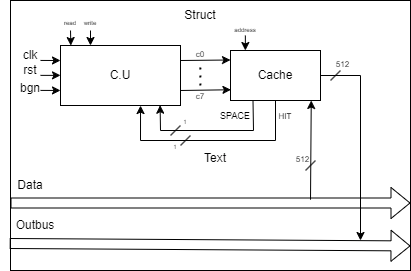
Earlier version of the draw.io export Structure_and_FSM/Struct.png (StefanGutu/4-way_set-associative_cache). Source tidied: cells renumbered, new cells last; positions are measured from the earlier drawing's top-left corner, leaving out a move shared by most shapes. Its diagram source:
```xml
<mxGraphModel>
  <root>
    <mxCell id="0" />
    <mxCell id="1" parent="0" />
    <mxCell id="2" style="rounded=0;whiteSpace=wrap;html=1;" parent="1" vertex="1">
      <mxGeometry x="10" width="400" height="270" as="geometry" />
    </mxCell>
    <mxCell id="3" value="Struct" style="text;html=1;align=center;verticalAlign=middle;whiteSpace=wrap;rounded=0;" parent="1" vertex="1">
      <mxGeometry x="170" width="60" height="30" as="geometry" />
    </mxCell>
    <mxCell id="4" style="rounded=0;whiteSpace=wrap;html=1;" parent="1" vertex="1">
      <mxGeometry x="230" y="50" width="90" height="50" as="geometry" />
    </mxCell>
    <mxCell id="5" style="rounded=0;whiteSpace=wrap;html=1;" parent="1" vertex="1">
      <mxGeometry x="60" y="45" width="120" height="60" as="geometry" />
    </mxCell>
    <mxCell id="6" value="C.U" style="text;html=1;align=center;verticalAlign=middle;whiteSpace=wrap;rounded=0;" parent="1" vertex="1">
      <mxGeometry x="90" y="60" width="60" height="30" as="geometry" />
    </mxCell>
    <mxCell id="7" value="Cache" style="text;html=1;align=center;verticalAlign=middle;whiteSpace=wrap;rounded=0;" parent="1" vertex="1">
      <mxGeometry x="245" y="60" width="60" height="30" as="geometry" />
    </mxCell>
    <mxCell id="8" style="shape=flexArrow;endArrow=classic;html=1;rounded=0;exitX=0;exitY=0.75;exitDx=0;exitDy=0;entryX=1;entryY=0.75;entryDx=0;entryDy=0;" parent="1" edge="1" source="2" target="2">
      <mxGeometry relative="1" as="geometry" />
    </mxCell>
    <mxCell id="9" style="shape=flexArrow;endArrow=classic;html=1;rounded=0;exitX=-0.002;exitY=0.9;exitDx=0;exitDy=0;exitPerimeter=0;entryX=1;entryY=0.909;entryDx=0;entryDy=0;entryPerimeter=0;" parent="1" edge="1" source="2" target="2">
      <mxGeometry relative="1" as="geometry" />
    </mxCell>
    <mxCell id="10" style="endArrow=classic;html=1;rounded=0;entryX=0;entryY=0.25;entryDx=0;entryDy=0;exitX=0.075;exitY=0.222;exitDx=0;exitDy=0;exitPerimeter=0;" parent="1" edge="1" source="2" target="5">
      <mxGeometry relative="1" as="geometry" />
    </mxCell>
    <mxCell id="11" style="endArrow=classic;html=1;rounded=0;entryX=0;entryY=0.25;entryDx=0;entryDy=0;exitX=0.075;exitY=0.222;exitDx=0;exitDy=0;exitPerimeter=0;" parent="1" edge="1">
      <mxGeometry relative="1" as="geometry">
        <mxPoint x="40" y="74.9" as="sourcePoint" />
        <mxPoint x="60" y="74.9" as="targetPoint" />
      </mxGeometry>
    </mxCell>
    <mxCell id="12" value="clk" style="text;html=1;align=center;verticalAlign=middle;whiteSpace=wrap;rounded=0;" parent="1" vertex="1">
      <mxGeometry y="40" width="60" height="30" as="geometry" />
    </mxCell>
    <mxCell id="13" value="rst" style="text;html=1;align=center;verticalAlign=middle;whiteSpace=wrap;rounded=0;" parent="1" vertex="1">
      <mxGeometry x="10" y="60" width="40" height="20" as="geometry" />
    </mxCell>
    <mxCell id="14" style="endArrow=classic;html=1;rounded=0;exitX=1.004;exitY=0.196;exitDx=0;exitDy=0;entryX=0;entryY=0.25;entryDx=0;entryDy=0;exitPerimeter=0;" parent="1" edge="1">
      <mxGeometry relative="1" as="geometry">
        <mxPoint x="180.5" y="60" as="sourcePoint" />
        <mxPoint x="230" y="59.5" as="targetPoint" />
      </mxGeometry>
    </mxCell>
    <mxCell id="15" style="endArrow=classic;html=1;rounded=0;exitX=1;exitY=0.75;exitDx=0;exitDy=0;entryX=0.005;entryY=0.785;entryDx=0;entryDy=0;entryPerimeter=0;" parent="1" edge="1" source="5" target="4">
      <mxGeometry relative="1" as="geometry" />
    </mxCell>
    <mxCell id="16" style="endArrow=none;dashed=1;html=1;dashPattern=1 3;strokeWidth=2;rounded=0;" parent="1" edge="1">
      <mxGeometry relative="1" as="geometry">
        <mxPoint x="199.9" y="85" as="sourcePoint" />
        <mxPoint x="199.8" y="65" as="targetPoint" />
      </mxGeometry>
    </mxCell>
    <mxCell id="17" value="&lt;font style=&quot;font-size: 8px;&quot;&gt;c0&lt;/font&gt;" style="text;html=1;align=center;verticalAlign=middle;whiteSpace=wrap;rounded=0;" parent="1" vertex="1">
      <mxGeometry x="185" y="45" width="30" height="15" as="geometry" />
    </mxCell>
    <mxCell id="18" value="&lt;font style=&quot;font-size: 8px;&quot;&gt;c7&lt;/font&gt;" style="text;html=1;align=center;verticalAlign=middle;whiteSpace=wrap;rounded=0;" parent="1" vertex="1">
      <mxGeometry x="185" y="90" width="30" height="10" as="geometry" />
    </mxCell>
    <mxCell id="19" style="endArrow=classic;html=1;rounded=0;exitX=1;exitY=0.5;exitDx=0;exitDy=0;" parent="1" edge="1" source="4">
      <mxGeometry relative="1" as="geometry">
        <mxPoint x="360" y="240" as="targetPoint" />
        <Array as="points">
          <mxPoint x="360" y="75" />
        </Array>
      </mxGeometry>
    </mxCell>
    <mxCell id="20" style="endArrow=classic;html=1;rounded=0;entryX=0.675;entryY=1.016;entryDx=0;entryDy=0;entryPerimeter=0;" parent="1" edge="1">
      <mxGeometry relative="1" as="geometry">
        <mxPoint x="310" y="199.2" as="sourcePoint" />
        <mxPoint x="310.8" y="100" as="targetPoint" />
      </mxGeometry>
    </mxCell>
    <mxCell id="21" style="endArrow=classic;html=1;rounded=0;entryX=1;entryY=1;entryDx=0;entryDy=0;exitX=0.075;exitY=0.333;exitDx=0;exitDy=0;exitPerimeter=0;" parent="1" edge="1" source="2">
      <mxGeometry relative="1" as="geometry">
        <mxPoint x="60" y="90" as="targetPoint" />
      </mxGeometry>
    </mxCell>
    <mxCell id="22" value="bgn" style="text;html=1;align=center;verticalAlign=middle;whiteSpace=wrap;rounded=0;" parent="1" vertex="1">
      <mxGeometry x="10" y="80" width="40" height="15" as="geometry" />
    </mxCell>
    <mxCell id="23" style="endArrow=classic;html=1;rounded=0;entryX=0.086;entryY=0.001;entryDx=0;entryDy=0;entryPerimeter=0;" parent="1" edge="1" target="5">
      <mxGeometry relative="1" as="geometry">
        <mxPoint x="70" y="30" as="sourcePoint" />
      </mxGeometry>
    </mxCell>
    <mxCell id="24" style="endArrow=classic;html=1;rounded=0;entryX=0.086;entryY=0.001;entryDx=0;entryDy=0;entryPerimeter=0;" parent="1" edge="1">
      <mxGeometry relative="1" as="geometry">
        <mxPoint x="90" y="30" as="sourcePoint" />
        <mxPoint x="90" y="45" as="targetPoint" />
      </mxGeometry>
    </mxCell>
    <mxCell id="25" value="&lt;font style=&quot;font-size: 6px;&quot;&gt;read&lt;/font&gt;" style="text;html=1;align=center;verticalAlign=middle;whiteSpace=wrap;rounded=0;" parent="1" vertex="1">
      <mxGeometry x="60" y="20" width="20" as="geometry" />
    </mxCell>
    <mxCell id="26" value="&lt;font style=&quot;font-size: 6px;&quot;&gt;write&lt;/font&gt;" style="text;html=1;align=center;verticalAlign=middle;whiteSpace=wrap;rounded=0;" parent="1" vertex="1">
      <mxGeometry x="80" y="20" width="20" as="geometry" />
    </mxCell>
    <mxCell id="27" style="endArrow=classic;html=1;rounded=0;exitX=0.25;exitY=1;exitDx=0;exitDy=0;entryX=0.83;entryY=0.995;entryDx=0;entryDy=0;entryPerimeter=0;" parent="1" edge="1" source="4" target="5">
      <mxGeometry relative="1" as="geometry">
        <Array as="points">
          <mxPoint x="253" y="130" />
          <mxPoint x="160" y="130" />
        </Array>
      </mxGeometry>
    </mxCell>
    <mxCell id="28" style="endArrow=classic;html=1;rounded=0;exitX=0.5;exitY=1;exitDx=0;exitDy=0;entryX=0.667;entryY=1.001;entryDx=0;entryDy=0;entryPerimeter=0;" parent="1" edge="1" source="4" target="5">
      <mxGeometry relative="1" as="geometry">
        <Array as="points">
          <mxPoint x="275" y="140" />
          <mxPoint x="140" y="140" />
        </Array>
      </mxGeometry>
    </mxCell>
    <mxCell id="29" value="&lt;font style=&quot;font-size: 8px;&quot;&gt;HIT&lt;/font&gt;" style="text;html=1;align=center;verticalAlign=middle;whiteSpace=wrap;rounded=0;" parent="1" vertex="1">
      <mxGeometry x="275" y="110" width="20" height="10" as="geometry" />
    </mxCell>
    <mxCell id="30" value="&lt;font style=&quot;font-size: 9px;&quot;&gt;SPACE&lt;/font&gt;" style="text;html=1;align=center;verticalAlign=middle;whiteSpace=wrap;rounded=0;" parent="1" vertex="1">
      <mxGeometry x="220" y="105" width="30" height="20" as="geometry" />
    </mxCell>
    <mxCell id="31" style="endArrow=none;html=1;rounded=0;" parent="1" edge="1">
      <mxGeometry relative="1" as="geometry">
        <mxPoint x="170" y="135" as="sourcePoint" />
        <mxPoint x="180" y="125" as="targetPoint" />
        <Array as="points">
          <mxPoint x="170" y="135" />
        </Array>
      </mxGeometry>
    </mxCell>
    <mxCell id="32" style="endArrow=none;html=1;rounded=0;" parent="1" edge="1">
      <mxGeometry relative="1" as="geometry">
        <mxPoint x="180" y="145" as="sourcePoint" />
        <mxPoint x="190" y="135" as="targetPoint" />
        <Array as="points">
          <mxPoint x="180" y="145" />
        </Array>
      </mxGeometry>
    </mxCell>
    <mxCell id="33" value="&lt;font style=&quot;font-size: 6px;&quot;&gt;1&lt;/font&gt;" style="text;html=1;align=center;verticalAlign=middle;whiteSpace=wrap;rounded=0;" parent="1" vertex="1">
      <mxGeometry x="180" y="115" width="10" height="10" as="geometry" />
    </mxCell>
    <mxCell id="34" value="&lt;font style=&quot;font-size: 6px;&quot;&gt;1&lt;/font&gt;" style="text;html=1;align=center;verticalAlign=middle;whiteSpace=wrap;rounded=0;" parent="1" vertex="1">
      <mxGeometry x="170" y="140" width="10" height="10" as="geometry" />
    </mxCell>
    <mxCell id="35" value="Data" style="text;html=1;align=center;verticalAlign=middle;whiteSpace=wrap;rounded=0;" parent="1" vertex="1">
      <mxGeometry x="20" y="180" width="20" height="10" as="geometry" />
    </mxCell>
    <mxCell id="36" value="Outbus" style="text;html=1;align=center;verticalAlign=middle;whiteSpace=wrap;rounded=0;" parent="1" vertex="1">
      <mxGeometry x="20" y="220" width="30" height="10" as="geometry" />
    </mxCell>
    <mxCell id="37" style="endArrow=none;html=1;rounded=0;" parent="1" edge="1">
      <mxGeometry relative="1" as="geometry">
        <mxPoint x="305" y="170" as="sourcePoint" />
        <mxPoint x="315" y="160" as="targetPoint" />
      </mxGeometry>
    </mxCell>
    <mxCell id="38" style="endArrow=none;html=1;rounded=0;" parent="1" edge="1">
      <mxGeometry relative="1" as="geometry">
        <mxPoint x="330" y="80" as="sourcePoint" />
        <mxPoint x="340" y="70" as="targetPoint" />
      </mxGeometry>
    </mxCell>
    <mxCell id="39" value="&lt;font style=&quot;font-size: 8px;&quot;&gt;512&lt;/font&gt;" style="text;html=1;align=center;verticalAlign=middle;whiteSpace=wrap;rounded=0;" parent="1" vertex="1">
      <mxGeometry x="330" y="55" width="25" height="15" as="geometry" />
    </mxCell>
    <mxCell id="40" value="&lt;font style=&quot;font-size: 8px;&quot;&gt;512&lt;/font&gt;" style="text;html=1;align=center;verticalAlign=middle;whiteSpace=wrap;rounded=0;" parent="1" vertex="1">
      <mxGeometry x="290" y="150" width="25" height="15" as="geometry" />
    </mxCell>
    <mxCell id="41" value="Text" style="text;html=1;align=center;verticalAlign=middle;whiteSpace=wrap;rounded=0;" parent="1" vertex="1">
      <mxGeometry x="185" y="142.5" width="60" height="30" as="geometry" />
    </mxCell>
    <mxCell id="42" style="endArrow=classic;html=1;rounded=0;entryX=0.086;entryY=0.001;entryDx=0;entryDy=0;entryPerimeter=0;" parent="1" edge="1">
      <mxGeometry relative="1" as="geometry">
        <mxPoint x="244.9" y="35" as="sourcePoint" />
        <mxPoint x="244.9" y="50" as="targetPoint" />
      </mxGeometry>
    </mxCell>
    <mxCell id="43" value="&lt;font style=&quot;font-size: 6px;&quot;&gt;address&lt;/font&gt;" style="text;html=1;align=center;verticalAlign=middle;whiteSpace=wrap;rounded=0;" parent="1" vertex="1">
      <mxGeometry x="220" y="20" width="50" height="15" as="geometry" />
    </mxCell>
  </root>
</mxGraphModel>
```
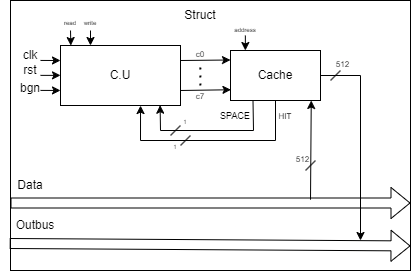
After the commit.

Commit message:
modification to struct

The edit, as a diff of the source:
```diff
@@ -171,9 +171,6 @@
     <mxCell id="40" value="&lt;font style=&quot;font-size: 8px;&quot;&gt;512&lt;/font&gt;" style="text;html=1;align=center;verticalAlign=middle;whiteSpace=wrap;rounded=0;" parent="1" vertex="1">
       <mxGeometry x="290" y="150" width="25" height="15" as="geometry" />
     </mxCell>
-    <mxCell id="41" value="Text" style="text;html=1;align=center;verticalAlign=middle;whiteSpace=wrap;rounded=0;" parent="1" vertex="1">
-      <mxGeometry x="185" y="142.5" width="60" height="30" as="geometry" />
-    </mxCell>
     <mxCell id="42" style="endArrow=classic;html=1;rounded=0;entryX=0.086;entryY=0.001;entryDx=0;entryDy=0;entryPerimeter=0;" parent="1" edge="1">
       <mxGeometry relative="1" as="geometry">
         <mxPoint x="244.9" y="35" as="sourcePoint" />
```
